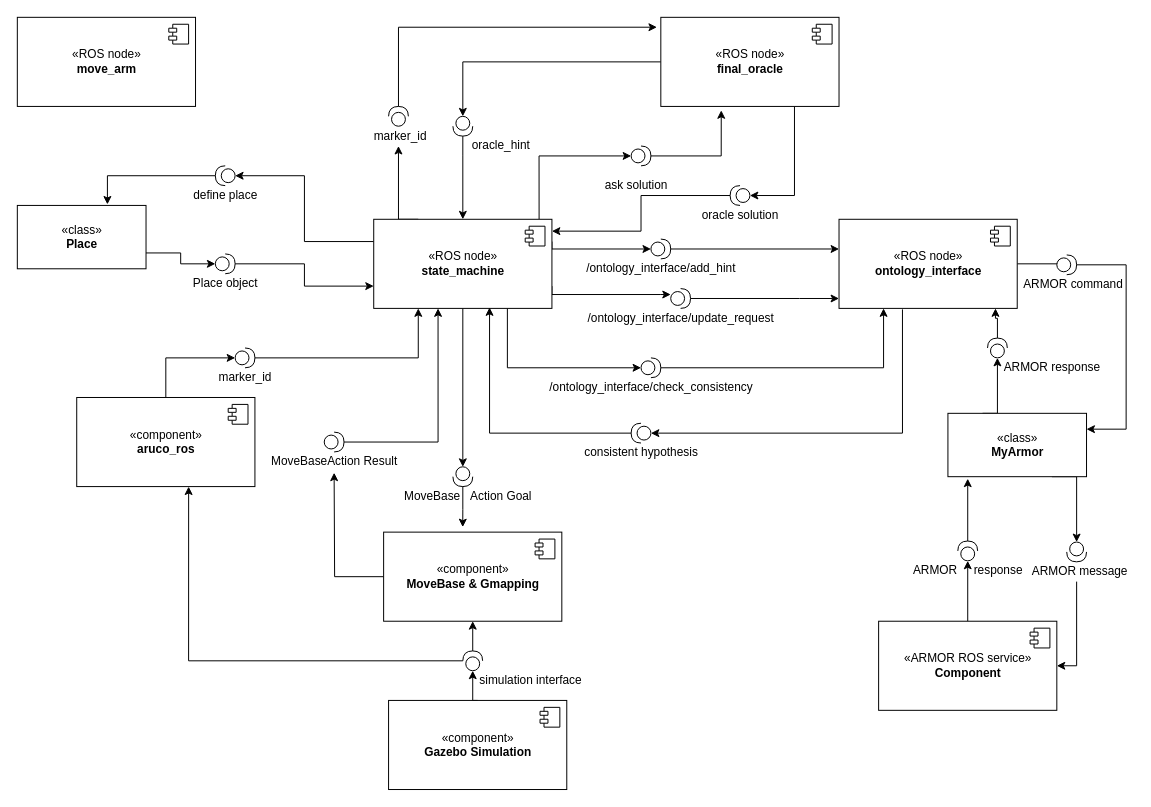
Before: UML_diagram.drawio in AlessioRoda/experimental_assignment1, a draw.io diagram. Source tidied: cells renumbered, new cells numbered last; positions are measured from the earlier drawing's top-left corner, leaving out a move shared by most shapes. Both pictures are drawn from the tidied source at 99%, with x=0, y=0 at pixel (17, 17).
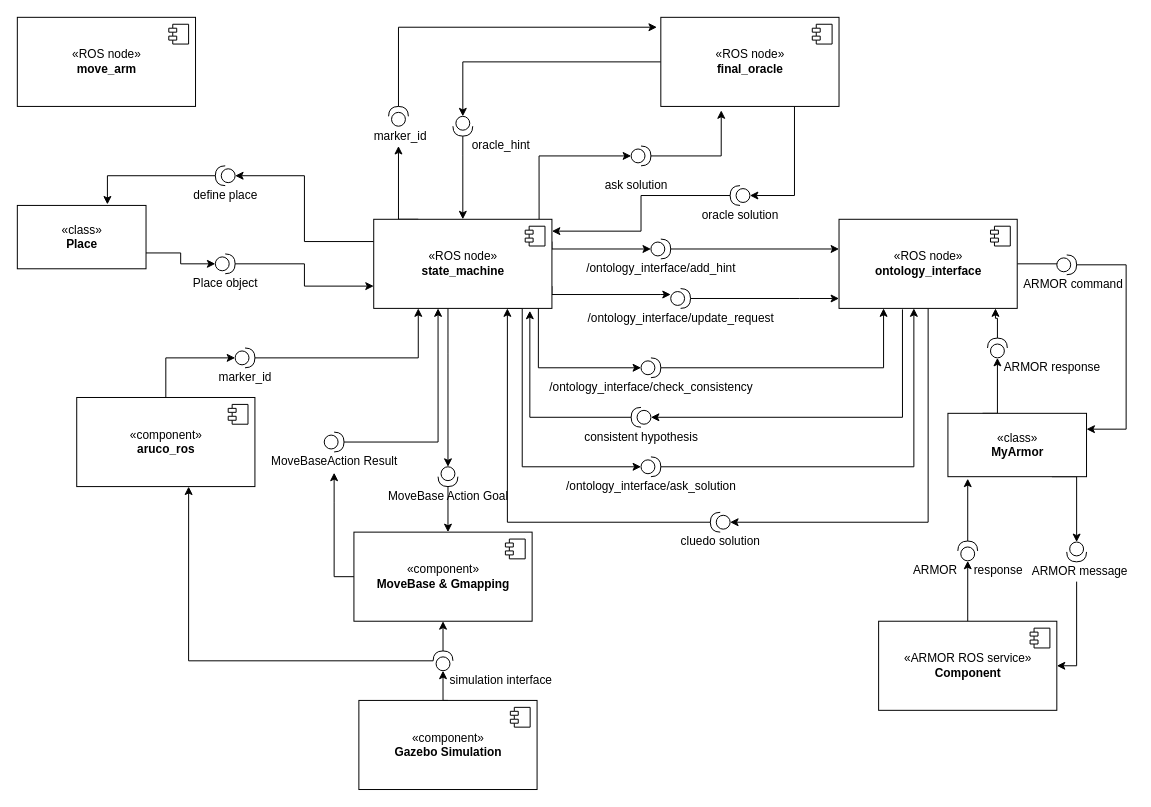
After the change.

The change refers to these unchanged cells:
```xml
<mxCell id="9" value="«ROS node»&lt;br&gt;&lt;b&gt;state_machine&lt;/b&gt;" style="html=1;" parent="1" vertex="1">
  <mxGeometry x="360" y="204" width="180" height="90" as="geometry" />
</mxCell>
<mxCell id="13" value="«ROS node»&lt;br&gt;&lt;b&gt;ontology_interface&lt;/b&gt;" style="html=1;" parent="1" vertex="1">
  <mxGeometry x="830" y="204" width="180" height="90" as="geometry" />
</mxCell>
<mxCell id="20" value="/ontology_interface/check_consistency" style="shape=providedRequiredInterface;html=1;verticalLabelPosition=bottom;sketch=0;" parent="1" vertex="1">
  <mxGeometry x="630" y="344" width="20" height="20" as="geometry" />
</mxCell>
```

Change to the diagram source:
```diff
@@
-    <mxCell id="4" style="edgeStyle=orthogonalEdgeStyle;rounded=0;jettySize=auto;html=1;exitX=0.75;exitY=1;exitDx=0;exitDy=0;entryX=0;entryY=0.5;entryDx=0;entryDy=0;entryPerimeter=0;" parent="1" edge="1" source="9" target="20">
+    <mxCell id="4" style="edgeStyle=orthogonalEdgeStyle;rounded=0;jettySize=auto;html=1;exitX=0.924;exitY=0.991;exitDx=0;exitDy=0;entryX=0;entryY=0.5;entryDx=0;entryDy=0;entryPerimeter=0;exitPerimeter=0;" parent="1" edge="1" source="9" target="20">
       <mxGeometry relative="1" as="geometry" />
     </mxCell>
@@
     <mxCell id="8" style="edgeStyle=orthogonalEdgeStyle;rounded=0;jettySize=auto;html=1;entryX=0;entryY=0.5;entryDx=0;entryDy=0;entryPerimeter=0;" parent="1" edge="1" source="9" target="75">
-      <mxGeometry relative="1" as="geometry" />
+      <mxGeometry relative="1" as="geometry">
+        <Array as="points">
+          <mxPoint x="435" y="340" />
+          <mxPoint x="435" y="340" />
+        </Array>
+      </mxGeometry>
     </mxCell>
+    <mxCell id="76" style="edgeStyle=orthogonalEdgeStyle;rounded=0;jettySize=auto;html=1;exitX=0.75;exitY=1;exitDx=0;exitDy=0;entryX=0;entryY=0.5;entryDx=0;entryDy=0;entryPerimeter=0;" parent="1" edge="1" source="9" target="79">
+      <mxGeometry relative="1" as="geometry">
+        <Array as="points">
+          <mxPoint x="510" y="294" />
+          <mxPoint x="510" y="454" />
+        </Array>
+      </mxGeometry>
+    </mxCell>
@@
-    <mxCell id="11" style="edgeStyle=orthogonalEdgeStyle;rounded=0;jettySize=auto;html=1;exitX=0.356;exitY=1.011;exitDx=0;exitDy=0;entryX=0;entryY=0.5;entryDx=0;entryDy=0;entryPerimeter=0;exitPerimeter=0;" parent="1" edge="1" source="13" target="45">
-      <mxGeometry relative="1" as="geometry" />
+    <mxCell id="11" style="edgeStyle=orthogonalEdgeStyle;rounded=0;jettySize=auto;html=1;exitX=0.356;exitY=1.011;exitDx=0;exitDy=0;exitPerimeter=0;entryX=0;entryY=0.5;entryDx=0;entryDy=0;entryPerimeter=0;" parent="1" edge="1" source="13" target="45">
+      <mxGeometry relative="1" as="geometry">
+        <Array as="points">
+          <mxPoint x="894" y="404" />
+        </Array>
+      </mxGeometry>
     </mxCell>
@@
+    <mxCell id="77" style="edgeStyle=orthogonalEdgeStyle;rounded=0;jettySize=auto;html=1;entryX=0;entryY=0.5;entryDx=0;entryDy=0;entryPerimeter=0;exitX=0.5;exitY=1;exitDx=0;exitDy=0;" parent="1" edge="1" source="13" target="81">
+      <mxGeometry relative="1" as="geometry" />
+    </mxCell>
@@
     <mxCell id="22" value="«component»&lt;br&gt;&lt;b&gt;MoveBase &amp;amp; Gmapping&lt;/b&gt;" style="html=1;" parent="1" vertex="1">
-      <mxGeometry x="370" y="520" width="180" height="90" as="geometry" />
+      <mxGeometry x="340" y="520" width="180" height="90" as="geometry" />
     </mxCell>
@@
     <mxCell id="34" value="«component»&lt;br&gt;&lt;b&gt;Gazebo Simulation&lt;/b&gt;" style="html=1;" parent="1" vertex="1">
-      <mxGeometry x="375" y="690" width="180" height="90" as="geometry" />
+      <mxGeometry x="345" y="690" width="180" height="90" as="geometry" />
     </mxCell>
@@
-    <mxCell id="44" style="edgeStyle=orthogonalEdgeStyle;rounded=0;jettySize=auto;html=1;entryX=0.65;entryY=0.989;entryDx=0;entryDy=0;entryPerimeter=0;" parent="1" edge="1" source="45" target="9">
+    <mxCell id="44" style="edgeStyle=orthogonalEdgeStyle;rounded=0;jettySize=auto;html=1;entryX=0.876;entryY=1.027;entryDx=0;entryDy=0;entryPerimeter=0;" parent="1" edge="1" source="45" target="9">
       <mxGeometry relative="1" as="geometry" />
     </mxCell>
     <mxCell id="45" value="consistent hypothesis" style="shape=providedRequiredInterface;html=1;verticalLabelPosition=bottom;sketch=0;direction=west;" parent="1" vertex="1">
-      <mxGeometry x="620" y="410" width="20" height="20" as="geometry" />
+      <mxGeometry x="620" y="394" width="20" height="20" as="geometry" />
     </mxCell>
@@
     <mxCell id="73" value="&amp;nbsp; &amp;nbsp; &amp;nbsp; &amp;nbsp; &amp;nbsp; &amp;nbsp; &amp;nbsp; &amp;nbsp; &amp;nbsp; &amp;nbsp; &amp;nbsp; &amp;nbsp; &amp;nbsp; &amp;nbsp; &amp;nbsp; &amp;nbsp; &amp;nbsp; &amp;nbsp;simulation interface" style="shape=providedRequiredInterface;html=1;verticalLabelPosition=bottom;sketch=0;direction=north;" parent="1" vertex="1">
-      <mxGeometry x="450" y="640" width="20" height="20" as="geometry" />
+      <mxGeometry x="420" y="640" width="20" height="20" as="geometry" />
     </mxCell>
-    <mxCell id="74" style="edgeStyle=orthogonalEdgeStyle;rounded=0;jettySize=auto;html=1;entryX=0.444;entryY=-0.056;entryDx=0;entryDy=0;entryPerimeter=0;" parent="1" edge="1" source="75" target="22">
-      <mxGeometry relative="1" as="geometry" />
+    <mxCell id="74" style="edgeStyle=orthogonalEdgeStyle;rounded=0;jettySize=auto;html=1;" parent="1" edge="1" source="75">
+      <mxGeometry relative="1" as="geometry">
+        <mxPoint x="435" y="520" as="targetPoint" />
+        <Array as="points">
+          <mxPoint x="435" y="520" />
+        </Array>
+      </mxGeometry>
     </mxCell>
-    <mxCell id="75" value="&amp;nbsp; &amp;nbsp;MoveBase&amp;nbsp; &amp;nbsp;Action Goal" style="shape=providedRequiredInterface;html=1;verticalLabelPosition=bottom;sketch=0;direction=south;" parent="1" vertex="1">
-      <mxGeometry x="440" y="454" width="20" height="20" as="geometry" />
+    <mxCell id="75" value="MoveBase Action Goal" style="shape=providedRequiredInterface;html=1;verticalLabelPosition=bottom;sketch=0;direction=south;" parent="1" vertex="1">
+      <mxGeometry x="425" y="454" width="20" height="20" as="geometry" />
     </mxCell>
+    <mxCell id="78" style="edgeStyle=orthogonalEdgeStyle;rounded=0;jettySize=auto;html=1;entryX=0.42;entryY=1;entryDx=0;entryDy=0;entryPerimeter=0;" parent="1" edge="1" source="79" target="13">
+      <mxGeometry relative="1" as="geometry" />
+    </mxCell>
+    <mxCell id="79" value="/ontology_interface/ask_solution" style="shape=providedRequiredInterface;html=1;verticalLabelPosition=bottom;sketch=0;" parent="1" vertex="1">
+      <mxGeometry x="630" y="444" width="20" height="20" as="geometry" />
+    </mxCell>
+    <mxCell id="80" style="edgeStyle=orthogonalEdgeStyle;rounded=0;jettySize=auto;html=1;exitX=1;exitY=0.5;exitDx=0;exitDy=0;exitPerimeter=0;entryX=0.75;entryY=1;entryDx=0;entryDy=0;" parent="1" edge="1" source="81" target="9">
+      <mxGeometry relative="1" as="geometry" />
+    </mxCell>
+    <mxCell id="81" value="cluedo solution" style="shape=providedRequiredInterface;html=1;verticalLabelPosition=bottom;sketch=0;direction=west;" parent="1" vertex="1">
+      <mxGeometry x="700" y="500" width="20" height="20" as="geometry" />
+    </mxCell>
```
